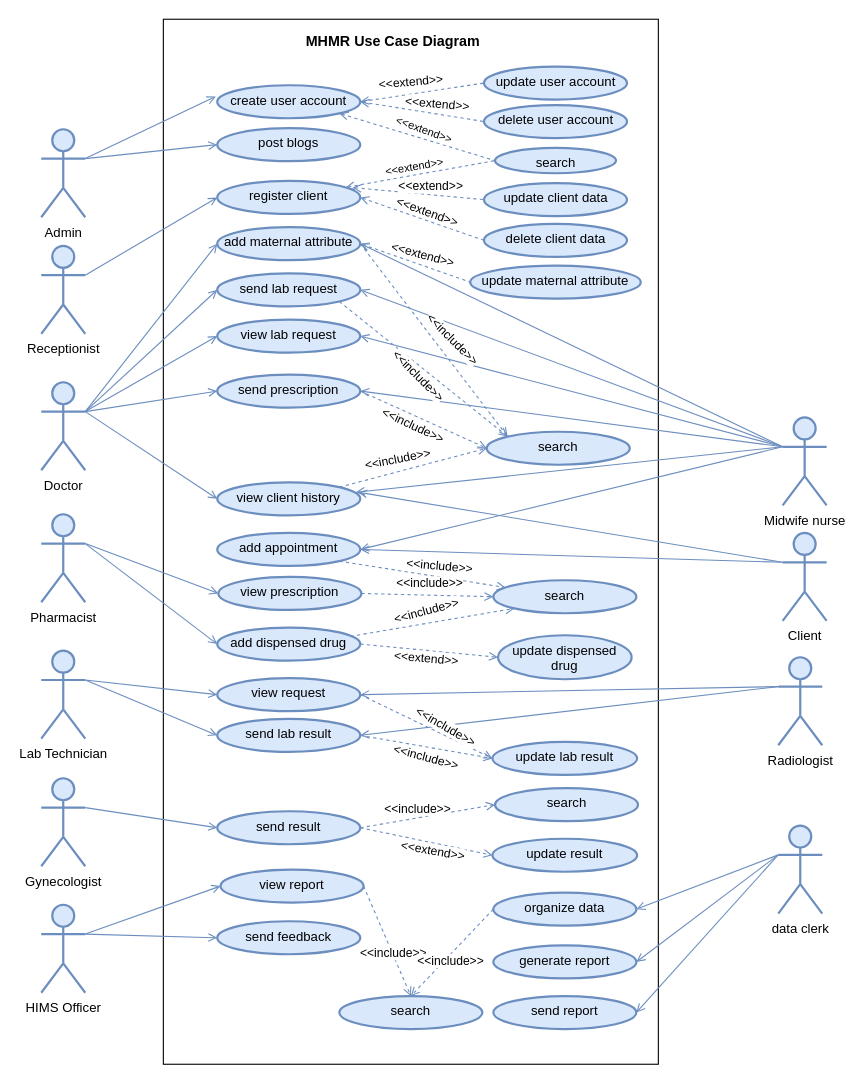
fasil712/UML_Diagram_Design keeps this draw.io diagram as Usecase Diagram.drawio. Above is the earlier version. Source tidied: cells renumbered, new cells numbered last; positions are measured from the earlier drawing's top-left corner, leaving out a move shared by most shapes. Both pictures are drawn from the tidied source at 110%, with x=0, y=0 at pixel (41, 19).
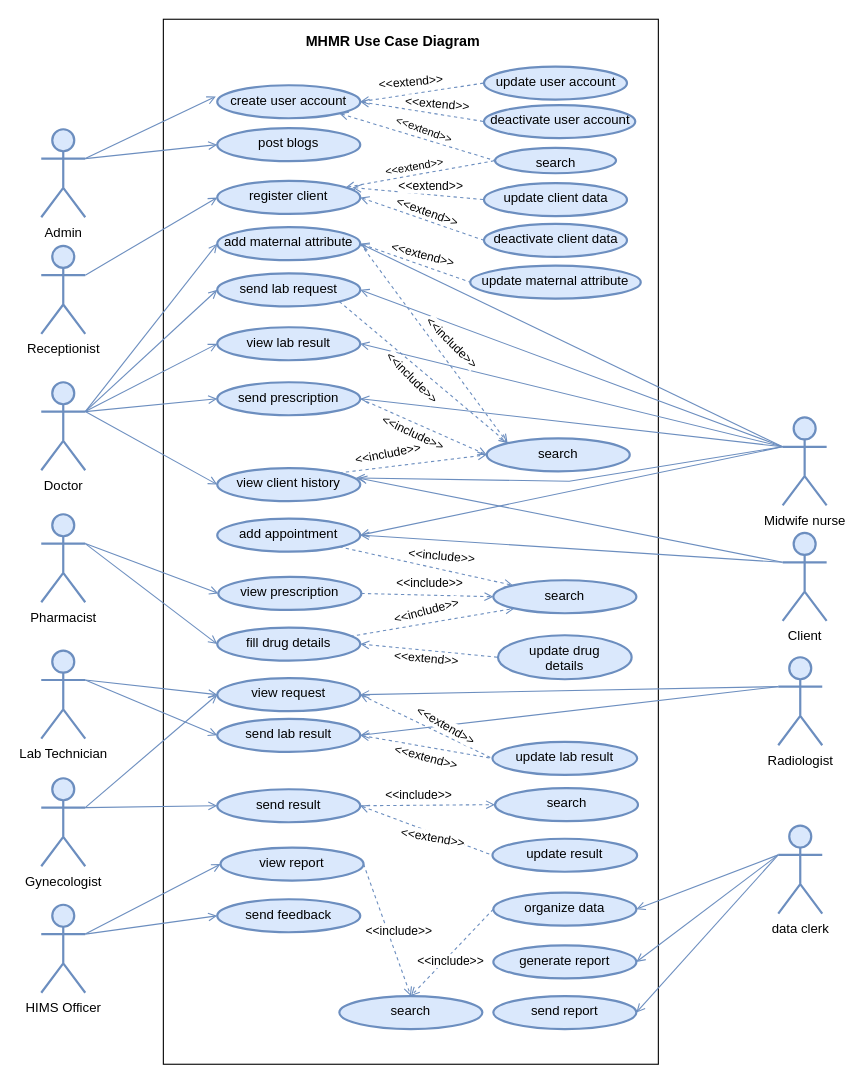
Above is the later version.

The change refers to these unchanged cells:
```xml
<mxCell id="29" value="Midwife nurse" style="shape=umlActor;verticalLabelPosition=bottom;verticalAlign=top;html=1;outlineConnect=0;strokeWidth=2;fillColor=#dae8fc;strokeColor=#6c8ebf;" parent="1" vertex="1">
  <mxGeometry x="674" y="362" width="40" height="80" as="geometry" />
</mxCell>
<mxCell id="56" value="update lab result" style="ellipse;whiteSpace=wrap;html=1;verticalAlign=top;strokeWidth=2;fillColor=#dae8fc;strokeColor=#6c8ebf;" parent="1" vertex="1">
  <mxGeometry x="410.2" y="657" width="131.5" height="30" as="geometry" />
</mxCell>
<mxCell id="59" value="Gynecologist " style="shape=umlActor;verticalLabelPosition=bottom;verticalAlign=top;html=1;outlineConnect=0;strokeWidth=2;fillColor=#dae8fc;strokeColor=#6c8ebf;" parent="1" vertex="1">
  <mxGeometry y="690" width="40" height="80" as="geometry" />
</mxCell>
<mxCell id="60" value="update result" style="ellipse;whiteSpace=wrap;html=1;verticalAlign=top;strokeWidth=2;fillColor=#dae8fc;strokeColor=#6c8ebf;" parent="1" vertex="1">
  <mxGeometry x="410.2" y="745" width="131.5" height="30" as="geometry" />
</mxCell>
<mxCell id="80" value="view request" style="ellipse;whiteSpace=wrap;html=1;verticalAlign=top;strokeWidth=2;fillColor=#dae8fc;strokeColor=#6c8ebf;" parent="1" vertex="1">
  <mxGeometry x="160" y="599" width="130" height="30" as="geometry" />
</mxCell>
<mxCell id="81" value="send lab result" style="ellipse;whiteSpace=wrap;html=1;verticalAlign=top;strokeWidth=2;fillColor=#dae8fc;strokeColor=#6c8ebf;" parent="1" vertex="1">
  <mxGeometry x="160" y="636" width="130" height="30" as="geometry" />
</mxCell>
<mxCell id="96" style="rounded=0;jettySize=auto;html=1;endArrow=open;endFill=0;strokeWidth=1;fillColor=#dae8fc;strokeColor=#6c8ebf;exitX=1;exitY=0.5;exitDx=0;exitDy=0;dashed=1;entryX=0;entryY=0;entryDx=0;entryDy=0;" parent="1" edge="1" source="72" target="95">
  <mxGeometry relative="1" as="geometry" />
</mxCell>
<mxCell id="98" style="rounded=0;jettySize=auto;html=1;endArrow=open;endFill=0;strokeWidth=1;fillColor=#dae8fc;strokeColor=#6c8ebf;exitX=1;exitY=1;exitDx=0;exitDy=0;dashed=1;entryX=0;entryY=0;entryDx=0;entryDy=0;" parent="1" edge="1" source="73" target="95">
  <mxGeometry relative="1" as="geometry" />
</mxCell>
<mxCell id="108" style="rounded=0;jettySize=auto;html=1;endArrow=open;endFill=0;strokeWidth=1;fillColor=#dae8fc;strokeColor=#6c8ebf;exitX=1;exitY=0.5;exitDx=0;exitDy=0;dashed=1;entryX=0.5;entryY=0;entryDx=0;entryDy=0;" parent="1" edge="1" source="83" target="87">
  <mxGeometry relative="1" as="geometry" />
</mxCell>
<mxCell id="117" style="rounded=0;jettySize=auto;html=1;endArrow=open;endFill=0;strokeWidth=1;fillColor=#dae8fc;strokeColor=#6c8ebf;exitX=1;exitY=0;exitDx=0;exitDy=0;dashed=1;entryX=0;entryY=0.5;entryDx=0;entryDy=0;" parent="1" edge="1" source="77" target="95">
  <mxGeometry relative="1" as="geometry" />
</mxCell>
```

The edit, as a diff of the source:
```diff
@@
-    <mxCell id="6" value="delete user account" style="ellipse;whiteSpace=wrap;html=1;verticalAlign=top;strokeWidth=2;fillColor=#dae8fc;strokeColor=#6c8ebf;" parent="1" vertex="1">
-      <mxGeometry x="402.5" y="78" width="130" height="30" as="geometry" />
+    <mxCell id="6" value="deactivate user account" style="ellipse;whiteSpace=wrap;html=1;verticalAlign=top;strokeWidth=2;fillColor=#dae8fc;strokeColor=#6c8ebf;" parent="1" vertex="1">
+      <mxGeometry x="402.5" y="78" width="137.5" height="30" as="geometry" />
     </mxCell>
@@
-    <mxCell id="16" value="delete client data" style="ellipse;whiteSpace=wrap;html=1;verticalAlign=top;strokeWidth=2;fillColor=#dae8fc;strokeColor=#6c8ebf;" parent="1" vertex="1">
+    <mxCell id="16" value="deactivate client data" style="ellipse;whiteSpace=wrap;html=1;verticalAlign=top;strokeWidth=2;fillColor=#dae8fc;strokeColor=#6c8ebf;" parent="1" vertex="1">
       <mxGeometry x="402.5" y="186" width="130" height="30" as="geometry" />
     </mxCell>
@@
     <mxCell id="37" style="rounded=0;jettySize=auto;html=1;endArrow=open;endFill=0;strokeWidth=1;fillColor=#dae8fc;strokeColor=#6c8ebf;entryX=0.969;entryY=0.3;entryDx=0;entryDy=0;entryPerimeter=0;exitX=0;exitY=0.3333333333333333;exitDx=0;exitDy=0;exitPerimeter=0;" parent="1" edge="1" source="29" target="77">
-      <mxGeometry relative="1" as="geometry" />
+      <mxGeometry relative="1" as="geometry">
+        <Array as="points">
+          <mxPoint x="480" y="420" />
+        </Array>
+      </mxGeometry>
     </mxCell>
@@
-    <mxCell id="41" value="update dispensed drug" style="ellipse;whiteSpace=wrap;html=1;verticalAlign=top;strokeWidth=2;fillColor=#dae8fc;strokeColor=#6c8ebf;" parent="1" vertex="1">
+    <mxCell id="41" value="&lt;div&gt;update drug &lt;br&gt;&lt;/div&gt;&lt;div&gt;details&lt;/div&gt;" style="ellipse;whiteSpace=wrap;html=1;verticalAlign=top;strokeWidth=2;fillColor=#dae8fc;strokeColor=#6c8ebf;" parent="1" vertex="1">
       <mxGeometry x="415.2" y="560" width="121.5" height="40" as="geometry" />
     </mxCell>
-    <mxCell id="42" style="rounded=0;jettySize=auto;html=1;endArrow=open;endFill=0;strokeWidth=1;fillColor=#dae8fc;strokeColor=#6c8ebf;exitX=1;exitY=0.5;exitDx=0;exitDy=0;dashed=1;entryX=0;entryY=0.5;entryDx=0;entryDy=0;" parent="1" edge="1" source="79" target="41">
+    <mxCell id="42" style="rounded=0;jettySize=auto;html=1;endArrow=none;endFill=0;strokeWidth=1;fillColor=#dae8fc;strokeColor=#6c8ebf;exitX=1;exitY=0.5;exitDx=0;exitDy=0;dashed=1;entryX=0;entryY=0.5;entryDx=0;entryDy=0;startArrow=open;startFill=0;" parent="1" edge="1" source="79" target="41">
       <mxGeometry relative="1" as="geometry" />
     </mxCell>
@@
-    <mxCell id="57" style="rounded=0;jettySize=auto;html=1;endArrow=open;endFill=0;strokeWidth=1;fillColor=#dae8fc;strokeColor=#6c8ebf;exitX=1;exitY=0.5;exitDx=0;exitDy=0;dashed=1;entryX=0;entryY=0.5;entryDx=0;entryDy=0;" parent="1" edge="1" source="81" target="56">
+    <mxCell id="57" style="rounded=0;jettySize=auto;html=1;endArrow=none;endFill=0;strokeWidth=1;fillColor=#dae8fc;strokeColor=#6c8ebf;exitX=1;exitY=0.5;exitDx=0;exitDy=0;dashed=1;entryX=0;entryY=0.5;entryDx=0;entryDy=0;startArrow=open;startFill=0;" parent="1" edge="1" source="81" target="56">
       <mxGeometry relative="1" as="geometry" />
     </mxCell>
-    <mxCell id="58" value="&amp;lt;&amp;lt;include&amp;gt;&amp;gt;" style="edgeLabel;html=1;align=center;verticalAlign=middle;rotation=15;" parent="57" vertex="1">
+    <mxCell id="58" value="&amp;lt;&amp;lt;extend&amp;gt;&amp;gt;" style="edgeLabel;html=1;align=center;verticalAlign=middle;rotation=15;" parent="57" vertex="1">
       <mxGeometry x="-0.24" y="-1" relative="1" as="geometry">
         <mxPoint x="15" y="10" as="offset" />
       </mxGeometry>
     </mxCell>
@@
-    <mxCell id="61" style="rounded=0;jettySize=auto;html=1;endArrow=open;endFill=0;strokeWidth=1;fillColor=#dae8fc;strokeColor=#6c8ebf;exitX=1;exitY=0.5;exitDx=0;exitDy=0;dashed=1;entryX=0;entryY=0.5;entryDx=0;entryDy=0;" parent="1" edge="1" source="82" target="60">
+    <mxCell id="61" style="rounded=0;jettySize=auto;html=1;endArrow=none;endFill=0;strokeWidth=1;fillColor=#dae8fc;strokeColor=#6c8ebf;exitX=1;exitY=0.5;exitDx=0;exitDy=0;dashed=1;entryX=0;entryY=0.5;entryDx=0;entryDy=0;startArrow=open;startFill=0;" parent="1" edge="1" source="82" target="60">
       <mxGeometry relative="1" as="geometry" />
     </mxCell>
@@
-    <mxCell id="74" value="view lab request" style="ellipse;whiteSpace=wrap;html=1;verticalAlign=top;strokeWidth=2;fillColor=#dae8fc;strokeColor=#6c8ebf;" parent="1" vertex="1">
-      <mxGeometry x="160" y="273" width="130" height="30" as="geometry" />
+    <mxCell id="74" value="view lab result" style="ellipse;whiteSpace=wrap;html=1;verticalAlign=top;strokeWidth=2;fillColor=#dae8fc;strokeColor=#6c8ebf;" parent="1" vertex="1">
+      <mxGeometry x="160" y="280" width="130" height="30" as="geometry" />
     </mxCell>
     <mxCell id="75" value="send prescription" style="ellipse;whiteSpace=wrap;html=1;verticalAlign=top;strokeWidth=2;fillColor=#dae8fc;strokeColor=#6c8ebf;" parent="1" vertex="1">
-      <mxGeometry x="160" y="323" width="130" height="30" as="geometry" />
+      <mxGeometry x="160" y="330" width="130" height="30" as="geometry" />
     </mxCell>
     <mxCell id="76" value="add appointment" style="ellipse;whiteSpace=wrap;html=1;verticalAlign=top;strokeWidth=2;fillColor=#dae8fc;strokeColor=#6c8ebf;" parent="1" vertex="1">
-      <mxGeometry x="160" y="467" width="130" height="30" as="geometry" />
+      <mxGeometry x="160" y="454" width="130" height="30" as="geometry" />
     </mxCell>
     <mxCell id="77" value="view client history" style="ellipse;whiteSpace=wrap;html=1;verticalAlign=top;strokeWidth=2;fillColor=#dae8fc;strokeColor=#6c8ebf;" parent="1" vertex="1">
-      <mxGeometry x="160" y="421" width="130" height="30" as="geometry" />
+      <mxGeometry x="160" y="408" width="130" height="30" as="geometry" />
     </mxCell>
@@
-    <mxCell id="79" value="add dispensed drug " style="ellipse;whiteSpace=wrap;html=1;verticalAlign=top;strokeWidth=2;fillColor=#dae8fc;strokeColor=#6c8ebf;" parent="1" vertex="1">
+    <mxCell id="79" value="fill drug details" style="ellipse;whiteSpace=wrap;html=1;verticalAlign=top;strokeWidth=2;fillColor=#dae8fc;strokeColor=#6c8ebf;" parent="1" vertex="1">
       <mxGeometry x="160" y="553" width="130" height="30" as="geometry" />
     </mxCell>
@@
     <mxCell id="82" value="send result" style="ellipse;whiteSpace=wrap;html=1;verticalAlign=top;strokeWidth=2;fillColor=#dae8fc;strokeColor=#6c8ebf;" parent="1" vertex="1">
-      <mxGeometry x="160" y="720" width="130" height="30" as="geometry" />
+      <mxGeometry x="160" y="700" width="130" height="30" as="geometry" />
     </mxCell>
     <mxCell id="83" value="view report" style="ellipse;whiteSpace=wrap;html=1;verticalAlign=top;strokeWidth=2;fillColor=#dae8fc;strokeColor=#6c8ebf;" parent="1" vertex="1">
-      <mxGeometry x="163" y="773" width="130" height="30" as="geometry" />
+      <mxGeometry x="163" y="753" width="130" height="30" as="geometry" />
     </mxCell>
     <mxCell id="84" value="send feedback" style="ellipse;whiteSpace=wrap;html=1;verticalAlign=top;strokeWidth=2;fillColor=#dae8fc;strokeColor=#6c8ebf;" parent="1" vertex="1">
-      <mxGeometry x="160" y="820" width="130" height="30" as="geometry" />
+      <mxGeometry x="160" y="800" width="130" height="30" as="geometry" />
     </mxCell>
@@
     <mxCell id="95" value="search" style="ellipse;whiteSpace=wrap;html=1;verticalAlign=top;strokeWidth=2;fillColor=#dae8fc;strokeColor=#6c8ebf;" parent="1" vertex="1">
-      <mxGeometry x="405" y="375" width="130" height="30" as="geometry" />
+      <mxGeometry x="405" y="381" width="130" height="30" as="geometry" />
     </mxCell>
@@
     <mxCell id="97" value="&amp;lt;&amp;lt;include&amp;gt;&amp;gt;" style="edgeLabel;html=1;align=center;verticalAlign=middle;rotation=45;" parent="96" vertex="1">
       <mxGeometry x="-0.24" y="-1" relative="1" as="geometry">
-        <mxPoint x="34" y="19" as="offset" />
+        <mxPoint x="33" y="20" as="offset" />
       </mxGeometry>
     </mxCell>
@@
     <mxCell id="99" value="&amp;lt;&amp;lt;include&amp;gt;&amp;gt;" style="edgeLabel;html=1;align=center;verticalAlign=middle;rotation=45;" parent="98" vertex="1">
       <mxGeometry x="-0.24" y="-1" relative="1" as="geometry">
-        <mxPoint x="14" y="19" as="offset" />
+        <mxPoint x="9" y="19" as="offset" />
       </mxGeometry>
     </mxCell>
@@
     <mxCell id="109" value="&amp;lt;&amp;lt;include&amp;gt;&amp;gt;" style="edgeLabel;html=1;align=center;verticalAlign=middle;" parent="108" vertex="1">
       <mxGeometry x="-0.24" y="-1" relative="1" as="geometry">
-        <mxPoint x="11" y="22" as="offset" />
+        <mxPoint x="16" y="15" as="offset" />
       </mxGeometry>
     </mxCell>
@@
-    <mxCell id="115" style="rounded=0;jettySize=auto;html=1;endArrow=open;endFill=0;strokeWidth=1;fillColor=#dae8fc;strokeColor=#6c8ebf;exitX=1;exitY=0.5;exitDx=0;exitDy=0;dashed=1;entryX=0;entryY=0.5;entryDx=0;entryDy=0;" parent="1" edge="1" source="80" target="56">
+    <mxCell id="115" style="rounded=0;jettySize=auto;html=1;endArrow=none;endFill=0;strokeWidth=1;fillColor=#dae8fc;strokeColor=#6c8ebf;exitX=1;exitY=0.5;exitDx=0;exitDy=0;dashed=1;entryX=0;entryY=0.5;entryDx=0;entryDy=0;startArrow=open;startFill=0;" parent="1" edge="1" source="80" target="56">
       <mxGeometry relative="1" as="geometry" />
     </mxCell>
-    <mxCell id="116" value="&amp;lt;&amp;lt;include&amp;gt;&amp;gt;" style="edgeLabel;html=1;align=center;verticalAlign=middle;rotation=30;" parent="115" vertex="1">
+    <mxCell id="116" value="&amp;lt;&amp;lt;extend&amp;gt;&amp;gt;" style="edgeLabel;html=1;align=center;verticalAlign=middle;rotation=30;" parent="115" vertex="1">
       <mxGeometry x="-0.24" y="-1" relative="1" as="geometry">
-        <mxPoint x="32" y="5" as="offset" />
+        <mxPoint x="32" y="4" as="offset" />
       </mxGeometry>
     </mxCell>
@@
     <mxCell id="118" value="&amp;lt;&amp;lt;include&amp;gt;&amp;gt;" style="edgeLabel;html=1;align=center;verticalAlign=middle;rotation=-11;" parent="117" vertex="1">
       <mxGeometry x="-0.24" y="-1" relative="1" as="geometry">
-        <mxPoint x="1" y="-13" as="offset" />
+        <mxPoint x="-7" y="-13" as="offset" />
       </mxGeometry>
     </mxCell>
+    <mxCell id="119" style="rounded=0;jettySize=auto;html=1;endArrow=open;endFill=0;strokeWidth=1;fillColor=#dae8fc;strokeColor=#6c8ebf;entryX=0;entryY=0.5;entryDx=0;entryDy=0;exitX=1;exitY=0.3333333333333333;exitDx=0;exitDy=0;exitPerimeter=0;" parent="1" edge="1" source="59" target="80">
+      <mxGeometry relative="1" as="geometry" />
+    </mxCell>
```
